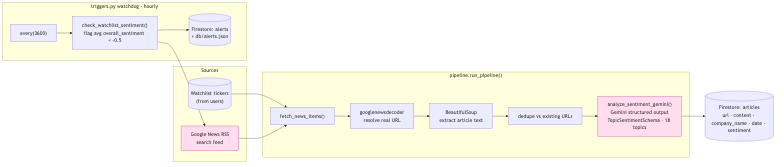
mathamatigician/MarketWave keeps this Mermaid diagram as docs/diagrams/02_databricks_pipeline.png. Above is the earlier version. Its source is kept beside it as docs/diagrams/02_databricks_pipeline.mmd.
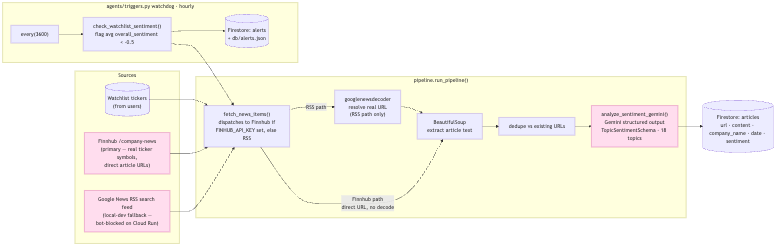
The same file after the commit.

Change to the diagram source:
```diff
@@ -1,12 +1,13 @@
 flowchart LR
     subgraph SRC["Sources"]
         wl[("Watchlist tickers<br/>(from users)")]
-        rss["Google News RSS<br/>search feed"]
+        finnhub["Finnhub /company-news<br/>(primary — real ticker symbols,<br/>direct article URLs)"]
+        rss["Google News RSS search feed<br/>(local-dev fallback —<br/>bot-blocked on Cloud Run)"]
     end
 
     subgraph ING["pipeline.run_pipeline()"]
-        fetch["fetch_news_items()"]
-        decode["googlenewsdecoder<br/>resolve real URL"]
+        fetch["fetch_news_items()<br/>dispatches to Finnhub if<br/>FINHUB_API_KEY set, else RSS"]
+        decode["googlenewsdecoder<br/>resolve real URL<br/>(RSS path only)"]
         scrape["BeautifulSoup<br/>extract article text"]
         dedupe["dedupe vs existing URLs"]
         score["analyze_sentiment_gemini()<br/>Gemini structured output<br/>TopicSentimentSchema · 18 topics"]
@@ -15,16 +16,19 @@
     art[("Firestore: articles<br/>url · content · company_name · date · sentiment")]
 
     wl --> fetch
+    finnhub --> fetch
     rss --> fetch
-    fetch --> decode --> scrape --> dedupe --> score --> art
+    fetch -->|RSS path| decode --> scrape
+    fetch -->|Finnhub path<br/>direct URL, no decode| scrape
+    scrape --> dedupe --> score --> art
 
-    subgraph WD["triggers.py watchdog · hourly"]
+    subgraph WD["agents/triggers.py watchdog · hourly"]
         every["every(3600)"]
         check["check_watchlist_sentiment()<br/>flag avg overall_sentiment < -0.5"]
         alert[("Firestore: alerts<br/>+ db/alerts.json")]
     end
-    every --> check --> rss
+    every --> check --> fetch
     check --> alert
 
     classDef ext fill:#fde,stroke:#c39;
-    class rss,score ext;
+    class finnhub,rss,score ext;
```
